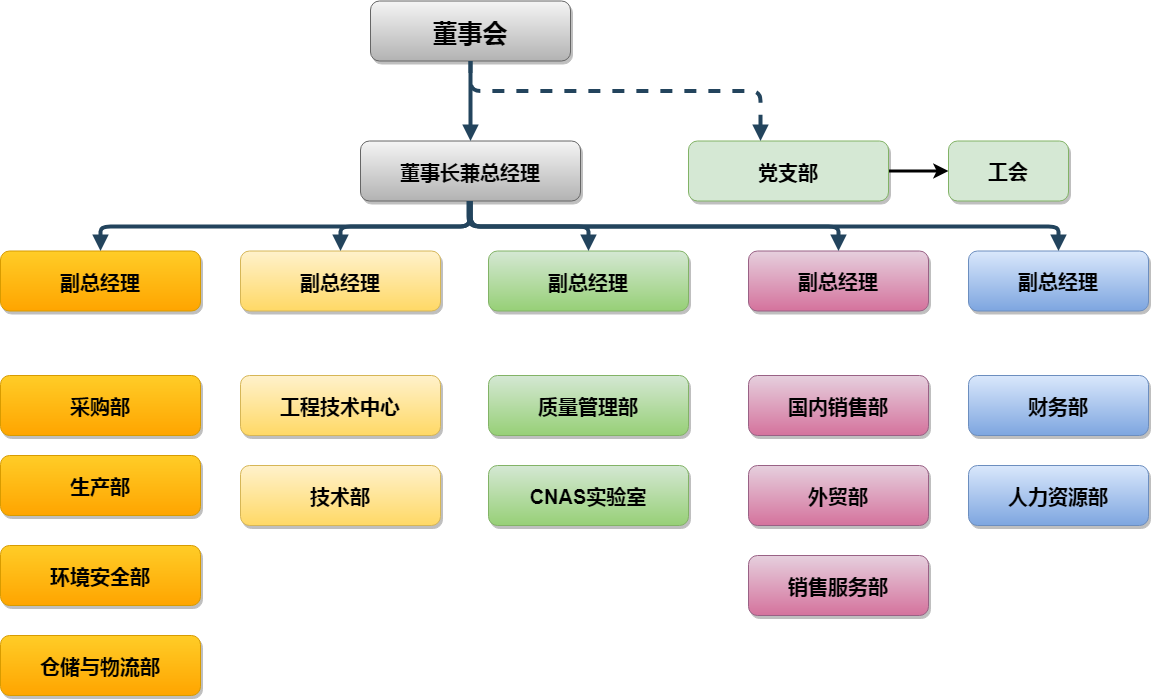
Earlier version of the draw.io export Untitled Diagram.png (anduony/Uarm_C-). Source tidied: cells renumbered, new cells last; positions are measured from the earlier drawing's top-left corner, leaving out a move shared by most shapes.
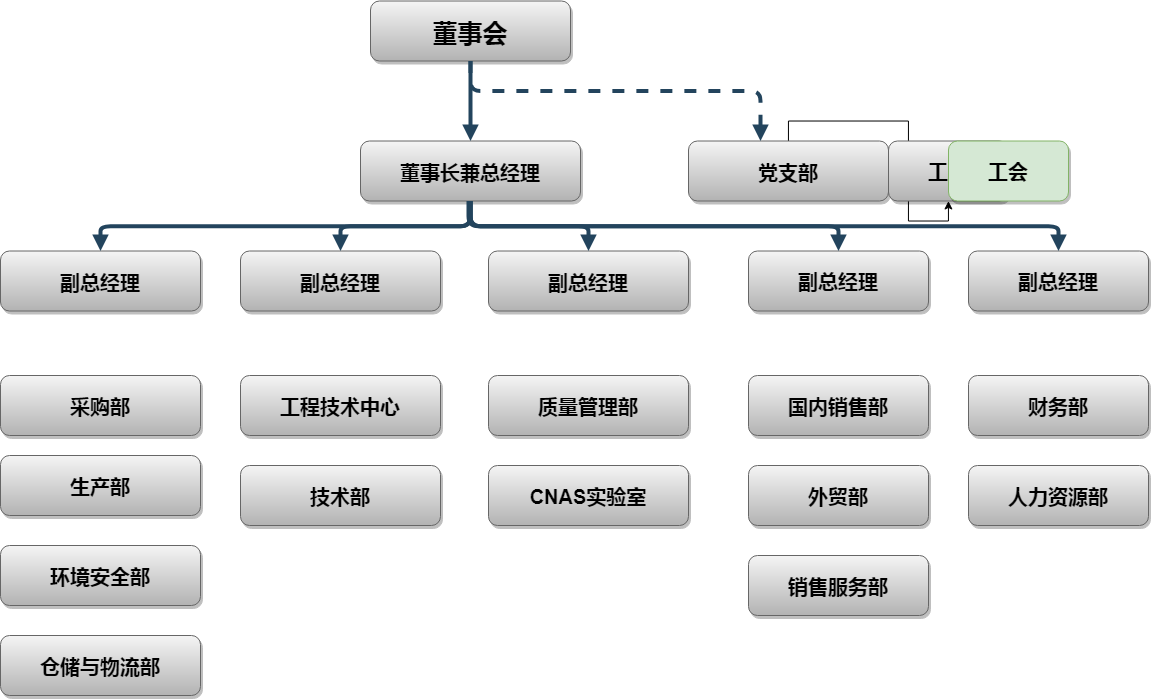
The same file after the commit.

The edit, as a diff of the source:
```diff
@@ -8,52 +8,55 @@
     <mxCell id="3" value="董事长兼总经理" style="rounded=1;fillColor=#f5f5f5;strokeColor=#666666;shadow=1;gradientColor=#b3b3b3;fontStyle=1;fontSize=20;" parent="1" vertex="1">
       <mxGeometry x="360" y="139.5" width="220" height="60" as="geometry" />
     </mxCell>
-    <mxCell id="4" value="副总经理" style="rounded=1;fillColor=#ffcd28;strokeColor=#d79b00;shadow=1;gradientColor=#ffa500;fontStyle=1;fontSize=20;" parent="1" vertex="1">
+    <mxCell id="4" value="副总经理" style="rounded=1;fillColor=#f5f5f5;strokeColor=#666666;shadow=1;gradientColor=#b3b3b3;fontStyle=1;fontSize=20;" parent="1" vertex="1">
       <mxGeometry y="249.5" width="200" height="60" as="geometry" />
     </mxCell>
-    <mxCell id="5" value="副总经理" style="rounded=1;fillColor=#fff2cc;strokeColor=#d6b656;shadow=1;gradientColor=#ffd966;fontStyle=1;fontSize=20;" parent="1" vertex="1">
+    <mxCell id="5" value="副总经理" style="rounded=1;fillColor=#f5f5f5;strokeColor=#666666;shadow=1;gradientColor=#b3b3b3;fontStyle=1;fontSize=20;" parent="1" vertex="1">
       <mxGeometry x="240" y="249.5" width="200" height="60" as="geometry" />
     </mxCell>
-    <mxCell id="6" value="副总经理" style="rounded=1;fillColor=#d5e8d4;strokeColor=#82b366;shadow=1;gradientColor=#97d077;fontStyle=1;fontSize=20;" parent="1" vertex="1">
+    <mxCell id="6" value="副总经理" style="rounded=1;fillColor=#f5f5f5;strokeColor=#666666;shadow=1;gradientColor=#b3b3b3;fontStyle=1;fontSize=20;" parent="1" vertex="1">
       <mxGeometry x="488" y="249.5" width="200" height="60" as="geometry" />
     </mxCell>
+    <mxCell id="32" style="edgeStyle=orthogonalEdgeStyle;rounded=0;jettySize=auto;html=1;fontSize=25;" parent="1" edge="1" source="8" target="33">
+      <mxGeometry relative="1" as="geometry" />
+    </mxCell>
     <mxCell id="7" style="edgeStyle=orthogonalEdgeStyle;rounded=0;jettySize=auto;html=1;strokeWidth=3;" parent="1" edge="1" source="8" target="31">
       <mxGeometry relative="1" as="geometry" />
     </mxCell>
-    <mxCell id="8" value="党支部" style="rounded=1;fillColor=#d5e8d4;strokeColor=#82b366;shadow=1;fontStyle=1;fontSize=20;" parent="1" vertex="1">
+    <mxCell id="8" value="党支部" style="rounded=1;fillColor=#f5f5f5;strokeColor=#666666;shadow=1;fontStyle=1;fontSize=20;gradientColor=#b3b3b3;" parent="1" vertex="1">
       <mxGeometry x="688" y="139.5" width="200" height="60" as="geometry" />
     </mxCell>
-    <mxCell id="9" value="采购部" style="rounded=1;fillColor=#ffcd28;strokeColor=#d79b00;shadow=1;gradientColor=#ffa500;fontStyle=1;fontSize=20;" parent="1" vertex="1">
+    <mxCell id="9" value="采购部" style="rounded=1;fillColor=#f5f5f5;strokeColor=#666666;shadow=1;gradientColor=#b3b3b3;fontStyle=1;fontSize=20;" parent="1" vertex="1">
       <mxGeometry y="374" width="200" height="60" as="geometry" />
     </mxCell>
-    <mxCell id="10" value="生产部" style="rounded=1;fillColor=#ffcd28;strokeColor=#d79b00;shadow=1;gradientColor=#ffa500;fontStyle=1;fontSize=20;" parent="1" vertex="1">
+    <mxCell id="10" value="生产部" style="rounded=1;fillColor=#f5f5f5;strokeColor=#666666;shadow=1;gradientColor=#b3b3b3;fontStyle=1;fontSize=20;" parent="1" vertex="1">
       <mxGeometry y="454" width="200" height="60" as="geometry" />
     </mxCell>
-    <mxCell id="11" value="环境安全部" style="rounded=1;fillColor=#ffcd28;strokeColor=#d79b00;shadow=1;gradientColor=#ffa500;fontStyle=1;fontSize=20;" parent="1" vertex="1">
+    <mxCell id="11" value="环境安全部" style="rounded=1;fillColor=#f5f5f5;strokeColor=#666666;shadow=1;gradientColor=#b3b3b3;fontStyle=1;fontSize=20;" parent="1" vertex="1">
       <mxGeometry y="544" width="200" height="60" as="geometry" />
     </mxCell>
-    <mxCell id="12" value="仓储与物流部" style="rounded=1;fillColor=#ffcd28;strokeColor=#d79b00;shadow=1;gradientColor=#ffa500;fontStyle=1;fontSize=20;" parent="1" vertex="1">
+    <mxCell id="12" value="仓储与物流部" style="rounded=1;fillColor=#f5f5f5;strokeColor=#666666;shadow=1;gradientColor=#b3b3b3;fontStyle=1;fontSize=20;" parent="1" vertex="1">
       <mxGeometry y="634" width="200" height="60" as="geometry" />
     </mxCell>
-    <mxCell id="13" value="工程技术中心" style="rounded=1;fillColor=#fff2cc;strokeColor=#d6b656;shadow=1;gradientColor=#ffd966;fontStyle=1;fontSize=20;" parent="1" vertex="1">
+    <mxCell id="13" value="工程技术中心" style="rounded=1;fillColor=#f5f5f5;strokeColor=#666666;shadow=1;gradientColor=#b3b3b3;fontStyle=1;fontSize=20;" parent="1" vertex="1">
       <mxGeometry x="240" y="374" width="200" height="60" as="geometry" />
     </mxCell>
-    <mxCell id="14" value="技术部" style="rounded=1;fillColor=#fff2cc;strokeColor=#d6b656;shadow=1;gradientColor=#ffd966;fontStyle=1;fontSize=20;" parent="1" vertex="1">
+    <mxCell id="14" value="技术部" style="rounded=1;fillColor=#f5f5f5;strokeColor=#666666;shadow=1;gradientColor=#b3b3b3;fontStyle=1;fontSize=20;" parent="1" vertex="1">
       <mxGeometry x="240" y="464" width="200" height="60" as="geometry" />
     </mxCell>
-    <mxCell id="15" value="质量管理部" style="rounded=1;fillColor=#d5e8d4;strokeColor=#82b366;shadow=1;gradientColor=#97d077;fontStyle=1;fontSize=20;" parent="1" vertex="1">
+    <mxCell id="15" value="质量管理部" style="rounded=1;fillColor=#f5f5f5;strokeColor=#666666;shadow=1;gradientColor=#b3b3b3;fontStyle=1;fontSize=20;" parent="1" vertex="1">
       <mxGeometry x="488" y="374" width="200" height="60" as="geometry" />
     </mxCell>
-    <mxCell id="16" value="CNAS实验室" style="rounded=1;fillColor=#d5e8d4;strokeColor=#82b366;shadow=1;gradientColor=#97d077;fontStyle=1;fontSize=20;" parent="1" vertex="1">
+    <mxCell id="16" value="CNAS实验室" style="rounded=1;fillColor=#f5f5f5;strokeColor=#666666;shadow=1;gradientColor=#b3b3b3;fontStyle=1;fontSize=20;" parent="1" vertex="1">
       <mxGeometry x="488" y="464" width="200" height="60" as="geometry" />
     </mxCell>
-    <mxCell id="17" value="国内销售部" style="rounded=1;fillColor=#e6d0de;strokeColor=#996185;shadow=1;gradientColor=#d5739d;fontStyle=1;fontSize=20;" parent="1" vertex="1">
+    <mxCell id="17" value="国内销售部" style="rounded=1;fillColor=#f5f5f5;strokeColor=#666666;shadow=1;gradientColor=#b3b3b3;fontStyle=1;fontSize=20;" parent="1" vertex="1">
       <mxGeometry x="748" y="374" width="180" height="60" as="geometry" />
     </mxCell>
-    <mxCell id="18" value="外贸部" style="rounded=1;fillColor=#e6d0de;strokeColor=#996185;shadow=1;gradientColor=#d5739d;fontStyle=1;fontSize=20;" parent="1" vertex="1">
+    <mxCell id="18" value="外贸部" style="rounded=1;fillColor=#f5f5f5;strokeColor=#666666;shadow=1;gradientColor=#b3b3b3;fontStyle=1;fontSize=20;" parent="1" vertex="1">
       <mxGeometry x="748" y="464" width="180" height="60" as="geometry" />
     </mxCell>
-    <mxCell id="19" value="销售服务部" style="rounded=1;fillColor=#e6d0de;strokeColor=#996185;shadow=1;gradientColor=#d5739d;fontStyle=1;fontSize=20;" parent="1" vertex="1">
+    <mxCell id="19" value="销售服务部" style="rounded=1;fillColor=#f5f5f5;strokeColor=#666666;shadow=1;gradientColor=#b3b3b3;fontStyle=1;fontSize=20;" parent="1" vertex="1">
       <mxGeometry x="748" y="554" width="180" height="60" as="geometry" />
     </mxCell>
     <mxCell id="20" style="edgeStyle=elbowEdgeStyle;elbow=vertical;strokeWidth=4;endArrow=block;endFill=1;fontStyle=1;strokeColor=#23445D;" parent="1" edge="1" source="2" target="3">
@@ -75,16 +78,16 @@
         </Array>
       </mxGeometry>
     </mxCell>
-    <mxCell id="25" value="副总经理" style="whiteSpace=wrap;html=1;rounded=1;shadow=1;fontSize=20;fontStyle=1;strokeColor=#996185;fillColor=#e6d0de;gradientColor=#d5739d;" parent="1" vertex="1">
+    <mxCell id="25" value="副总经理" style="whiteSpace=wrap;html=1;rounded=1;shadow=1;fontSize=20;fontStyle=1;strokeColor=#666666;fillColor=#f5f5f5;gradientColor=#b3b3b3;" parent="1" vertex="1">
       <mxGeometry x="748" y="249.5" width="180" height="60" as="geometry" />
     </mxCell>
-    <mxCell id="26" value="副总经理" style="whiteSpace=wrap;html=1;rounded=1;shadow=1;fontSize=20;fontStyle=1;strokeColor=#6c8ebf;fillColor=#dae8fc;gradientColor=#7ea6e0;" parent="1" vertex="1">
+    <mxCell id="26" value="副总经理" style="whiteSpace=wrap;html=1;rounded=1;shadow=1;fontSize=20;fontStyle=1;strokeColor=#666666;fillColor=#f5f5f5;gradientColor=#b3b3b3;" parent="1" vertex="1">
       <mxGeometry x="968" y="249.5" width="180" height="60" as="geometry" />
     </mxCell>
-    <mxCell id="27" value="财务部" style="rounded=1;fillColor=#dae8fc;strokeColor=#6c8ebf;shadow=1;gradientColor=#7ea6e0;fontStyle=1;fontSize=20;" parent="1" vertex="1">
+    <mxCell id="27" value="财务部" style="rounded=1;fillColor=#f5f5f5;strokeColor=#666666;shadow=1;gradientColor=#b3b3b3;fontStyle=1;fontSize=20;" parent="1" vertex="1">
       <mxGeometry x="968" y="374" width="180" height="60" as="geometry" />
     </mxCell>
-    <mxCell id="28" value="人力资源部" style="rounded=1;fillColor=#dae8fc;strokeColor=#6c8ebf;shadow=1;gradientColor=#7ea6e0;fontStyle=1;fontSize=20;" parent="1" vertex="1">
+    <mxCell id="28" value="人力资源部" style="rounded=1;fillColor=#f5f5f5;strokeColor=#666666;shadow=1;gradientColor=#b3b3b3;fontStyle=1;fontSize=20;" parent="1" vertex="1">
       <mxGeometry x="968" y="464" width="180" height="60" as="geometry" />
     </mxCell>
     <mxCell id="29" style="edgeStyle=elbowEdgeStyle;elbow=vertical;strokeWidth=4;endArrow=block;endFill=1;fontStyle=1;strokeColor=#23445D;entryX=0.5;entryY=0;entryDx=0;entryDy=0;fontSize=20;" parent="1" edge="1" target="25">
@@ -97,6 +100,9 @@
         <mxPoint x="1058" y="249.5" as="targetPoint" />
       </mxGeometry>
     </mxCell>
+    <mxCell id="33" value="工会" style="whiteSpace=wrap;html=1;rounded=1;shadow=1;fontSize=20;fontStyle=1;strokeColor=#666666;fillColor=#f5f5f5;gradientColor=#b3b3b3;" parent="1" vertex="1">
+      <mxGeometry x="888" y="139.5" width="120" height="60" as="geometry" />
+    </mxCell>
     <mxCell id="31" value="工会" style="whiteSpace=wrap;html=1;rounded=1;shadow=1;fontSize=20;fontStyle=1;strokeColor=#82b366;fillColor=#d5e8d4;" parent="1" vertex="1">
       <mxGeometry x="948" y="139.5" width="120" height="60" as="geometry" />
     </mxCell>
```
